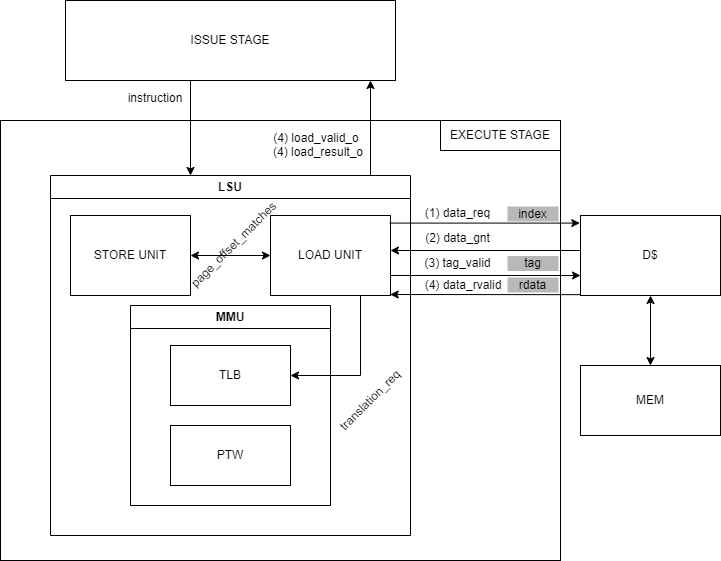
The draw.io diagram docs/04_cv32a65x/design/images/schema_fsm_load_control.png in openhwgroup/cva6, before a commit. Source tidied: cells renumbered, new cells last; positions are measured from the earlier drawing's top-left corner, leaving out a move shared by most shapes.
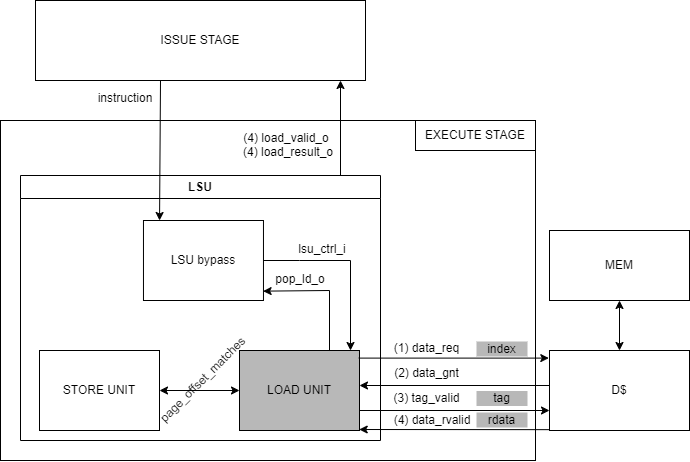
Above is the later version.

Change to the diagram source:
```diff
@@ -3,44 +3,49 @@
     <mxCell id="0" />
     <mxCell id="1" parent="0" />
     <mxCell id="2" value="LSU" style="swimlane;whiteSpace=wrap;html=1;" parent="1" vertex="1">
-      <mxGeometry x="50" y="175" width="360" height="360" as="geometry" />
+      <mxGeometry x="51" y="40" width="360" height="265" as="geometry" />
     </mxCell>
     <mxCell id="3" value="STORE UNIT" style="rounded=0;whiteSpace=wrap;html=1;" parent="2" vertex="1">
-      <mxGeometry x="20" y="40" width="120" height="80" as="geometry" />
+      <mxGeometry x="19" y="175" width="120" height="80" as="geometry" />
     </mxCell>
-    <mxCell id="4" value="MMU" style="swimlane;whiteSpace=wrap;html=1;" parent="2" vertex="1">
-      <mxGeometry x="80" y="130" width="200" height="200" as="geometry" />
-    </mxCell>
-    <mxCell id="5" value="TLB" style="rounded=0;whiteSpace=wrap;html=1;" parent="4" vertex="1">
-      <mxGeometry x="40" y="40" width="120" height="60" as="geometry" />
-    </mxCell>
-    <mxCell id="6" value="PTW" style="rounded=0;whiteSpace=wrap;html=1;" parent="4" vertex="1">
-      <mxGeometry x="40" y="120" width="120" height="60" as="geometry" />
-    </mxCell>
-    <mxCell id="7" value="LOAD UNIT" style="rounded=0;whiteSpace=wrap;html=1;" parent="2" vertex="1">
-      <mxGeometry x="220" y="40" width="120" height="80" as="geometry" />
+    <mxCell id="7" value="&lt;font color=&quot;#000000&quot;&gt;LOAD UNIT&lt;/font&gt;" style="rounded=0;whiteSpace=wrap;html=1;fillColor=#B8B8B8;" parent="2" vertex="1">
+      <mxGeometry x="219" y="175" width="120" height="80" as="geometry" />
     </mxCell>
-    <mxCell id="8" style="endArrow=classic;html=1;exitX=0.75;exitY=1;exitDx=0;exitDy=0;entryX=1;entryY=0.5;entryDx=0;entryDy=0;rounded=0;" parent="2" edge="1" source="7" target="5">
-      <mxGeometry relative="1" as="geometry">
-        <Array as="points">
-          <mxPoint x="310" y="200" />
-        </Array>
-      </mxGeometry>
-    </mxCell>
-    <mxCell id="9" value="translation_req" style="text;html=1;strokeColor=none;fillColor=none;align=center;verticalAlign=middle;whiteSpace=wrap;rounded=0;rotation=-45;" parent="2" vertex="1">
-      <mxGeometry x="290" y="210" width="60" height="30" as="geometry" />
-    </mxCell>
     <mxCell id="10" style="endArrow=classic;startArrow=classic;html=1;rounded=0;exitX=1;exitY=0.5;exitDx=0;exitDy=0;entryX=0;entryY=0.5;entryDx=0;entryDy=0;" parent="2" edge="1" source="3" target="7">
       <mxGeometry relative="1" as="geometry" />
     </mxCell>
     <mxCell id="11" value="page_offset_matches" style="text;html=1;strokeColor=none;fillColor=none;align=center;verticalAlign=middle;whiteSpace=wrap;rounded=0;rotation=-45;" parent="2" vertex="1">
-      <mxGeometry x="170.4" y="61" width="27.1" height="15.9" as="geometry" />
+      <mxGeometry x="169.4" y="196" width="27.1" height="15.9" as="geometry" />
     </mxCell>
+    <mxCell id="34" value="LSU bypass" style="rounded=0;whiteSpace=wrap;html=1;" parent="2" vertex="1">
+      <mxGeometry x="123" y="45" width="120" height="80" as="geometry" />
+    </mxCell>
+    <mxCell id="35" style="edgeStyle=none;html=1;entryX=0.925;entryY=0;entryDx=0;entryDy=0;rounded=0;entryPerimeter=0;" parent="2" edge="1" source="34" target="7">
+      <mxGeometry relative="1" as="geometry">
+        <Array as="points">
+          <mxPoint x="279" y="85" />
+          <mxPoint x="330" y="85" />
+        </Array>
+      </mxGeometry>
+    </mxCell>
+    <mxCell id="36" value="lsu_ctrl_i" style="text;html=1;strokeColor=none;fillColor=none;align=center;verticalAlign=middle;whiteSpace=wrap;rounded=0;" parent="2" vertex="1">
+      <mxGeometry x="272" y="59" width="60" height="30" as="geometry" />
+    </mxCell>
+    <mxCell id="37" style="edgeStyle=none;rounded=0;html=1;entryX=0.997;entryY=0.883;entryDx=0;entryDy=0;entryPerimeter=0;exitX=0.75;exitY=0;exitDx=0;exitDy=0;" parent="2" edge="1" source="7" target="34">
+      <mxGeometry relative="1" as="geometry">
+        <Array as="points">
+          <mxPoint x="309" y="115" />
+        </Array>
+      </mxGeometry>
+    </mxCell>
+    <mxCell id="38" value="pop_ld_o" style="text;html=1;strokeColor=none;fillColor=none;align=center;verticalAlign=middle;whiteSpace=wrap;rounded=0;rotation=0;" parent="2" vertex="1">
+      <mxGeometry x="250" y="89" width="60" height="30" as="geometry" />
+    </mxCell>
     <mxCell id="12" value="ISSUE STAGE" style="rounded=0;whiteSpace=wrap;html=1;" parent="1" vertex="1">
-      <mxGeometry x="65" width="330" height="80" as="geometry" />
+      <mxGeometry x="66" y="-135" width="330" height="80" as="geometry" />
     </mxCell>
     <mxCell id="13" value="MEM" style="rounded=0;whiteSpace=wrap;html=1;" parent="1" vertex="1">
-      <mxGeometry x="580" y="365" width="140" height="70" as="geometry" />
+      <mxGeometry x="580" y="95" width="140" height="70" as="geometry" />
     </mxCell>
     <mxCell id="14" value="D$" style="rounded=0;whiteSpace=wrap;html=1;" parent="1" vertex="1">
       <mxGeometry x="580" y="215" width="140" height="80" as="geometry" />
@@ -48,21 +53,12 @@
     <mxCell id="15" style="endArrow=classic;html=1;rounded=0;exitX=1;exitY=0.75;exitDx=0;exitDy=0;entryX=0;entryY=0.75;entryDx=0;entryDy=0;fillColor=#60a917;strokeColor=default;" parent="1" edge="1" source="7" target="14">
       <mxGeometry relative="1" as="geometry" />
     </mxCell>
-    <mxCell id="16" style="endArrow=classic;startArrow=classic;html=1;rounded=0;exitX=0.5;exitY=0;exitDx=0;exitDy=0;entryX=0.5;entryY=1;entryDx=0;entryDy=0;" parent="1" edge="1" source="13" target="14">
-      <mxGeometry relative="1" as="geometry" />
-    </mxCell>
     <mxCell id="17" value="(4) load_valid_o" style="text;html=1;strokeColor=none;fillColor=none;align=center;verticalAlign=middle;whiteSpace=wrap;rounded=0;" parent="1" vertex="1">
-      <mxGeometry x="271" y="123" width="90" height="30" as="geometry" />
+      <mxGeometry x="272" y="-12" width="90" height="30" as="geometry" />
     </mxCell>
     <mxCell id="18" value="index" style="text;html=1;strokeColor=none;fillColor=#B8B8B8;align=center;verticalAlign=middle;whiteSpace=wrap;rounded=0;fontColor=#000000;" parent="1" vertex="1">
       <mxGeometry x="507" y="206" width="51" height="15" as="geometry" />
     </mxCell>
-    <mxCell id="19" style="rounded=0;whiteSpace=wrap;html=1;fillColor=none;" parent="1" vertex="1">
-      <mxGeometry y="120" width="560" height="440" as="geometry" />
-    </mxCell>
-    <mxCell id="20" value="EXECUTE STAGE" style="text;html=1;strokeColor=default;fillColor=none;align=center;verticalAlign=middle;whiteSpace=wrap;rounded=0;" parent="1" vertex="1">
-      <mxGeometry x="440" y="120" width="120" height="30" as="geometry" />
-    </mxCell>
     <mxCell id="21" style="endArrow=classic;html=1;exitX=0.994;exitY=0.095;exitDx=0;exitDy=0;exitPerimeter=0;entryX=-0.005;entryY=0.095;entryDx=0;entryDy=0;entryPerimeter=0;" parent="1" edge="1" source="7" target="14">
       <mxGeometry relative="1" as="geometry" />
     </mxCell>
@@ -89,8 +85,8 @@
     </mxCell>
     <mxCell id="28" style="endArrow=classic;html=1;exitX=0.5;exitY=1;exitDx=0;exitDy=0;" parent="1" edge="1">
       <mxGeometry relative="1" as="geometry">
-        <mxPoint x="370" y="175" as="sourcePoint" />
-        <mxPoint x="370" y="80" as="targetPoint" />
+        <mxPoint x="371" y="40" as="sourcePoint" />
+        <mxPoint x="371" y="-55" as="targetPoint" />
       </mxGeometry>
     </mxCell>
     <mxCell id="29" value="rdata" style="text;html=1;strokeColor=none;fillColor=#B8B8B8;align=center;verticalAlign=middle;whiteSpace=wrap;rounded=0;fontColor=#000000;" parent="1" vertex="1">
@@ -102,17 +98,25 @@
         <mxPoint x="389.7" y="294" as="targetPoint" />
       </mxGeometry>
     </mxCell>
-    <mxCell id="31" style="endArrow=classic;html=1;exitX=0.5;exitY=1;exitDx=0;exitDy=0;" parent="1" edge="1">
+    <mxCell id="31" style="endArrow=classic;html=1;exitX=0.5;exitY=1;exitDx=0;exitDy=0;entryX=0.134;entryY=0;entryDx=0;entryDy=0;entryPerimeter=0;" parent="1" edge="1" target="34">
       <mxGeometry relative="1" as="geometry">
-        <mxPoint x="190" y="80" as="sourcePoint" />
-        <mxPoint x="190" y="175" as="targetPoint" />
+        <mxPoint x="191" y="-55" as="sourcePoint" />
       </mxGeometry>
     </mxCell>
     <mxCell id="32" value="instruction" style="text;html=1;strokeColor=none;fillColor=none;align=center;verticalAlign=middle;whiteSpace=wrap;rounded=0;" parent="1" vertex="1">
-      <mxGeometry x="110" y="83" width="90" height="30" as="geometry" />
+      <mxGeometry x="111" y="-52" width="90" height="30" as="geometry" />
     </mxCell>
     <mxCell id="33" value="(4) load_result_o" style="text;html=1;strokeColor=none;fillColor=none;align=center;verticalAlign=middle;whiteSpace=wrap;rounded=0;" parent="1" vertex="1">
-      <mxGeometry x="268" y="137" width="100" height="30" as="geometry" />
+      <mxGeometry x="269" y="2" width="100" height="30" as="geometry" />
     </mxCell>
+    <mxCell id="39" style="endArrow=classic;startArrow=classic;html=1;exitX=0.5;exitY=0;exitDx=0;exitDy=0;entryX=0.5;entryY=1;entryDx=0;entryDy=0;" parent="1" edge="1" source="14" target="13">
+      <mxGeometry relative="1" as="geometry" />
+    </mxCell>
+    <mxCell id="40" style="rounded=0;whiteSpace=wrap;html=1;fillColor=none;" parent="1" vertex="1">
+      <mxGeometry x="31" y="-15" width="535" height="340" as="geometry" />
+    </mxCell>
+    <mxCell id="20" value="EXECUTE STAGE" style="text;html=1;strokeColor=default;fillColor=none;align=center;verticalAlign=middle;whiteSpace=wrap;rounded=0;" parent="1" vertex="1">
+      <mxGeometry x="446" y="-15" width="120" height="30" as="geometry" />
+    </mxCell>
   </root>
 </mxGraphModel>
```
